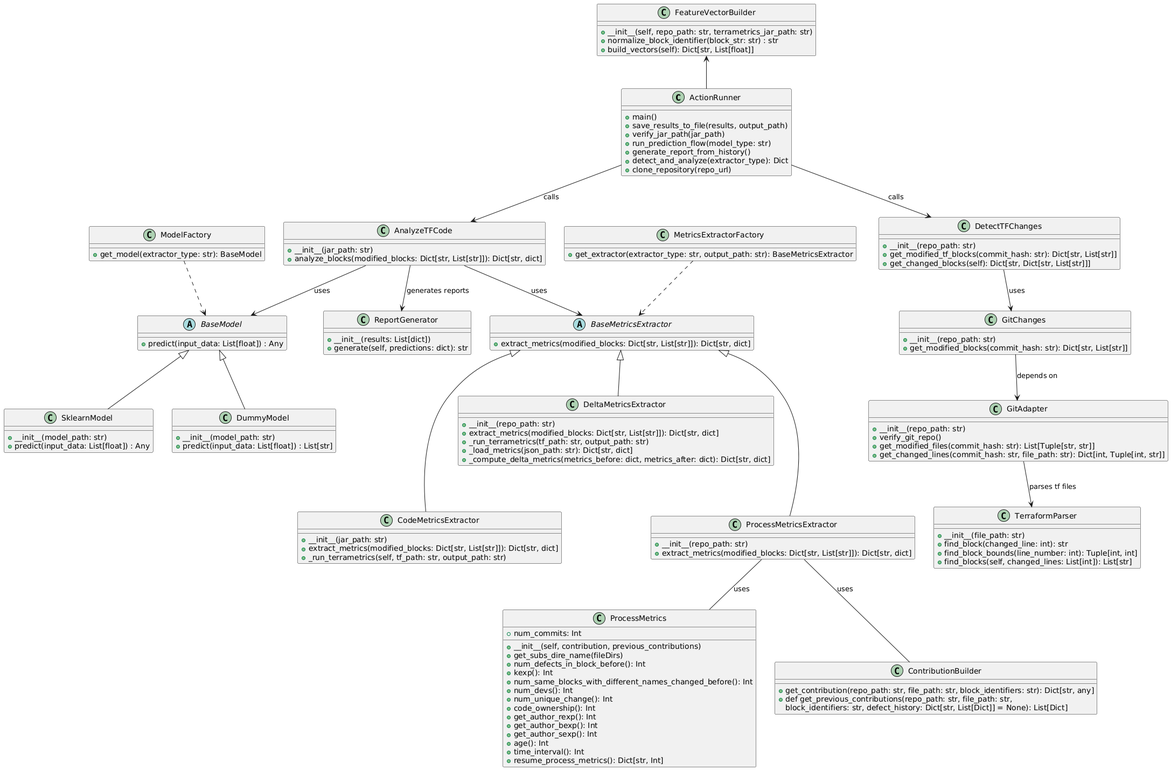
Earlier version of the PlantUML export doc/diagrams/classDiagram.png (TFDefect/TFDefectGA).
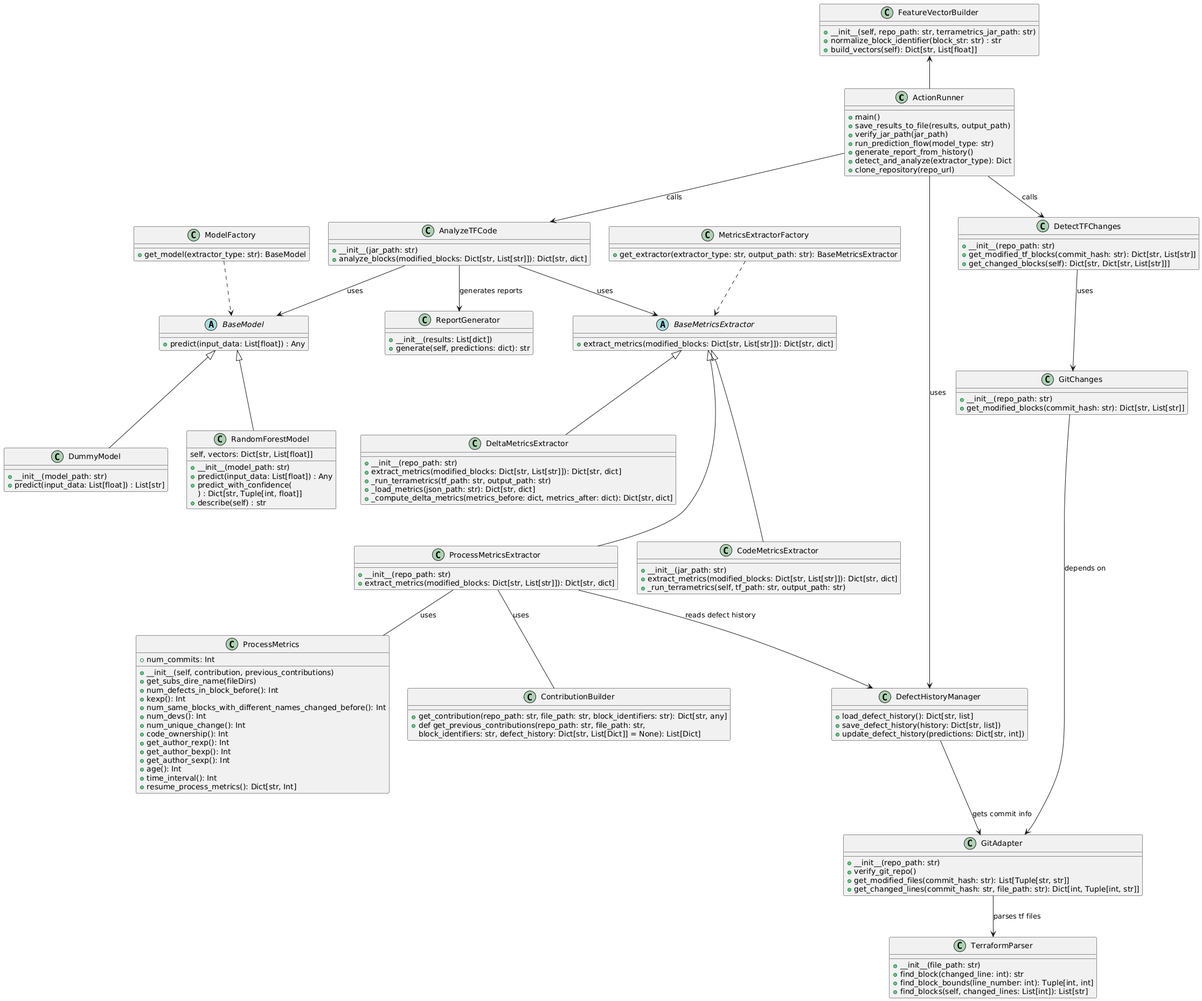
After the commit.

Commit message:
ajustements des diagrammes

Diff of the diagram source:
```diff
@@ -97,9 +97,13 @@
     + predict(input_data: List[float]) : Any
 }
 
-class SklearnModel {
+class RandomForestModel {
     + __init__(model_path: str)
     + predict(input_data: List[float]) : Any
+    + predict_with_confidence(
+        self, vectors: Dict[str, List[float]]
+    ) : Dict[str, Tuple[int, float]]
+    + describe(self) : str
 }
 
 class DummyModel {
@@ -120,12 +124,18 @@
     + get_model(extractor_type: str): BaseModel
 }
 
+class DefectHistoryManager {
+    + load_defect_history(): Dict[str, list]
+    + save_defect_history(history: Dict[str, list])
+    + update_defect_history(predictions: Dict[str, int])
+}
+
 AnalyzeTFCode <-u- ActionRunner : calls
 ActionRunner -u-> FeatureVectorBuilder
 DetectTFChanges <-u-   ActionRunner: calls
 GitChanges <-u-  DetectTFChanges: uses
-GitChanges -down-> GitAdapter : depends on
-GitAdapter -down-> TerraformParser : parses tf files
+GitChanges --> GitAdapter : depends on
+GitAdapter --> TerraformParser : parses tf files
 
 AnalyzeTFCode -down-> BaseMetricsExtractor : uses
 CodeMetricsExtractor -u--|> BaseMetricsExtractor
@@ -137,8 +147,13 @@
 ProcessMetricsExtractor -- ContributionBuilder: uses
 
 AnalyzeTFCode -down-> BaseModel : uses
-SklearnModel -u-|> BaseModel
+RandomForestModel -u-|> BaseModel
 DummyModel -u-|> BaseModel
 AnalyzeTFCode -down-> ReportGenerator : generates reports
 ModelFactory ..> BaseModel
+
+ActionRunner --> DefectHistoryManager : uses
+DefectHistoryManager --> GitAdapter : gets commit info
+
+ProcessMetricsExtractor --> DefectHistoryManager : reads defect history
 @enduml
```
